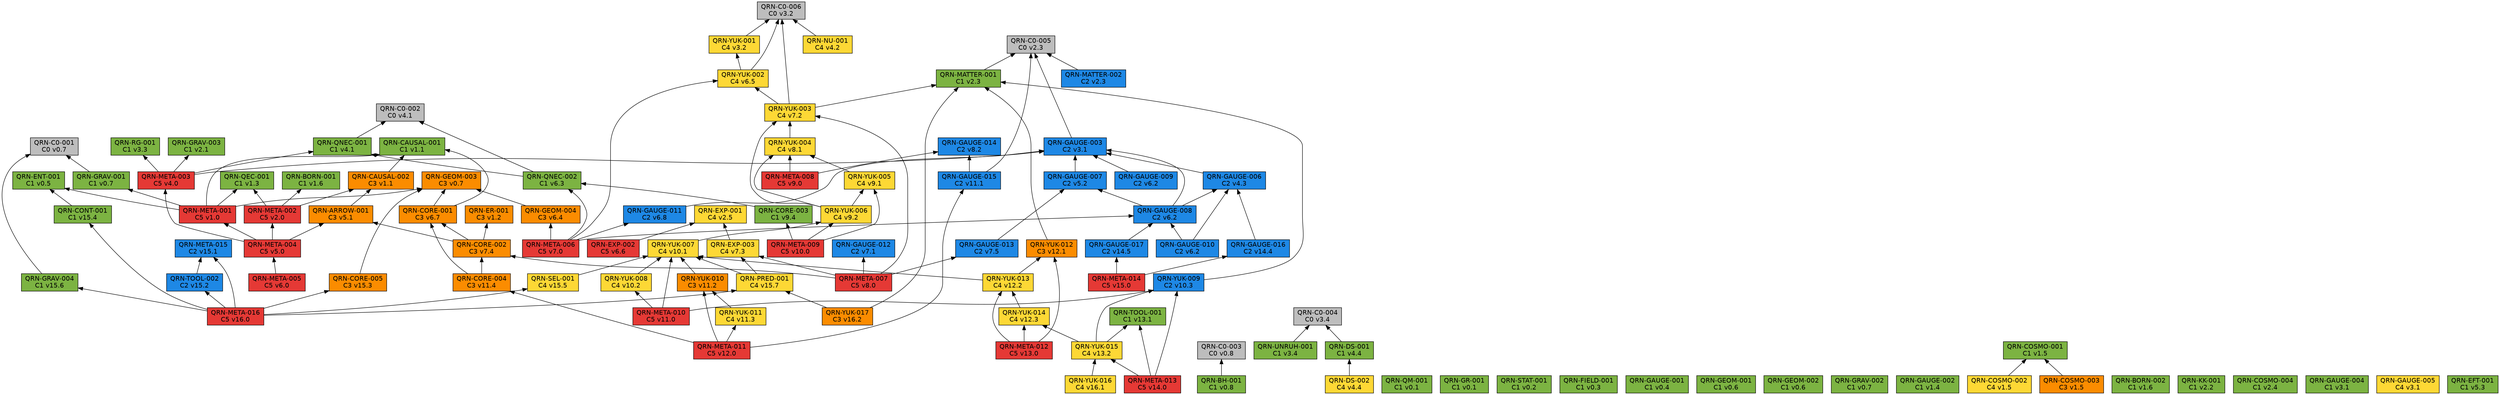
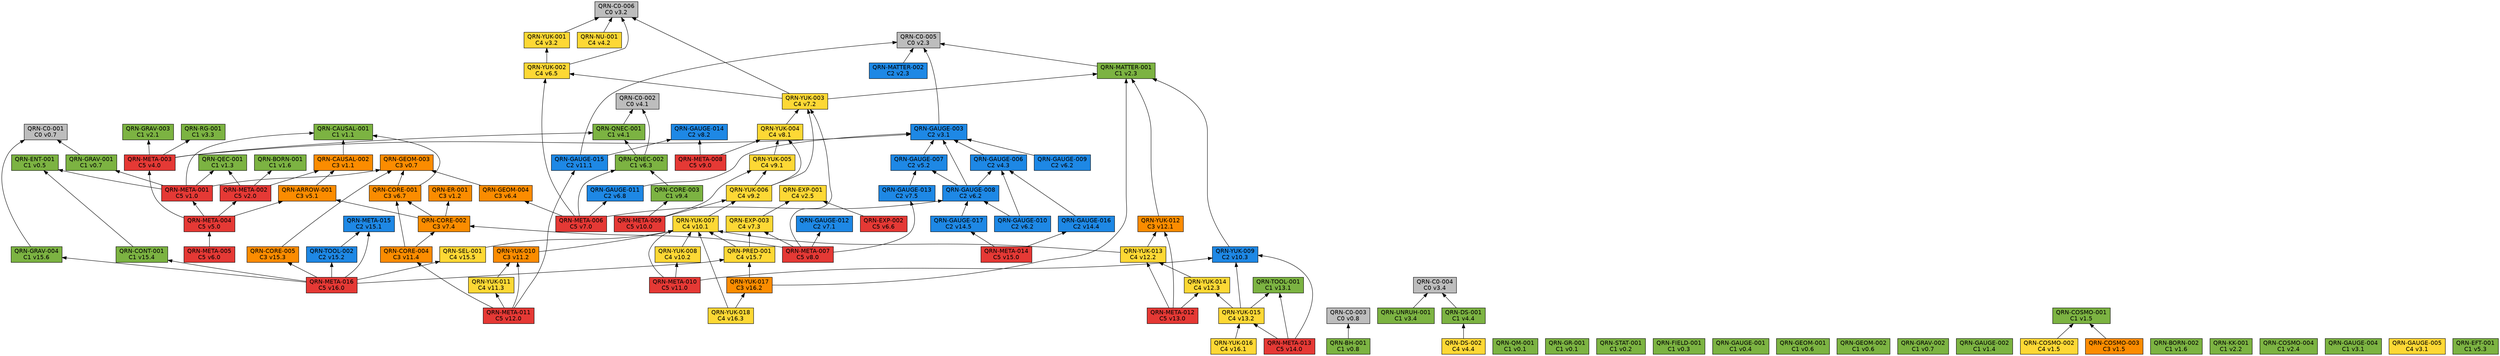
// 自動生成 (dag/report.pl) — QRN 主張依存グラフ
digraph qrn {
  rankdir=BT;
  node [shape=box, style=filled, fontname="Helvetica"];
  "QRN-C0-001" [fillcolor="#bdbdbd", label="QRN-C0-001\nC0 v0.7"];
  "QRN-C0-002" [fillcolor="#bdbdbd", label="QRN-C0-002\nC0 v4.1"];
  "QRN-C0-003" [fillcolor="#bdbdbd", label="QRN-C0-003\nC0 v0.8"];
  "QRN-C0-004" [fillcolor="#bdbdbd", label="QRN-C0-004\nC0 v3.4"];
  "QRN-C0-005" [fillcolor="#bdbdbd", label="QRN-C0-005\nC0 v2.3"];
  "QRN-C0-006" [fillcolor="#bdbdbd", label="QRN-C0-006\nC0 v3.2"];
  "QRN-QM-001" [fillcolor="#7cb342", label="QRN-QM-001\nC1 v0.1"];
  "QRN-GR-001" [fillcolor="#7cb342", label="QRN-GR-001\nC1 v0.1"];
  "QRN-STAT-001" [fillcolor="#7cb342", label="QRN-STAT-001\nC1 v0.2"];
  "QRN-FIELD-001" [fillcolor="#7cb342", label="QRN-FIELD-001\nC1 v0.3"];
  "QRN-GAUGE-001" [fillcolor="#7cb342", label="QRN-GAUGE-001\nC1 v0.4"];
  "QRN-ENT-001" [fillcolor="#7cb342", label="QRN-ENT-001\nC1 v0.5"];
  "QRN-GEOM-001" [fillcolor="#7cb342", label="QRN-GEOM-001\nC1 v0.6"];
  "QRN-GEOM-002" [fillcolor="#7cb342", label="QRN-GEOM-002\nC1 v0.6"];
  "QRN-GEOM-003" [fillcolor="#fb8c00", label="QRN-GEOM-003\nC3 v0.7"];
  "QRN-GRAV-001" [fillcolor="#7cb342", label="QRN-GRAV-001\nC1 v0.7"];
  "QRN-GRAV-002" [fillcolor="#7cb342", label="QRN-GRAV-002\nC1 v0.7"];
  "QRN-BH-001" [fillcolor="#7cb342", label="QRN-BH-001\nC1 v0.8"];
  "QRN-CAUSAL-001" [fillcolor="#7cb342", label="QRN-CAUSAL-001\nC1 v1.1"];
  "QRN-CAUSAL-002" [fillcolor="#fb8c00", label="QRN-CAUSAL-002\nC3 v1.1"];
  "QRN-ER-001" [fillcolor="#fb8c00", label="QRN-ER-001\nC3 v1.2"];
  "QRN-QEC-001" [fillcolor="#7cb342", label="QRN-QEC-001\nC1 v1.3"];
  "QRN-GAUGE-002" [fillcolor="#7cb342", label="QRN-GAUGE-002\nC1 v1.4"];
  "QRN-COSMO-001" [fillcolor="#7cb342", label="QRN-COSMO-001\nC1 v1.5"];
  "QRN-COSMO-002" [fillcolor="#fdd835", label="QRN-COSMO-002\nC4 v1.5"];
  "QRN-COSMO-003" [fillcolor="#fb8c00", label="QRN-COSMO-003\nC3 v1.5"];
  "QRN-BORN-001" [fillcolor="#7cb342", label="QRN-BORN-001\nC1 v1.6"];
  "QRN-BORN-002" [fillcolor="#7cb342", label="QRN-BORN-002\nC1 v1.6"];
  "QRN-GRAV-003" [fillcolor="#7cb342", label="QRN-GRAV-003\nC1 v2.1"];
  "QRN-KK-001" [fillcolor="#7cb342", label="QRN-KK-001\nC1 v2.2"];
  "QRN-MATTER-001" [fillcolor="#7cb342", label="QRN-MATTER-001\nC1 v2.3"];
  "QRN-MATTER-002" [fillcolor="#1e88e5", label="QRN-MATTER-002\nC2 v2.3"];
  "QRN-COSMO-004" [fillcolor="#7cb342", label="QRN-COSMO-004\nC1 v2.4"];
  "QRN-EXP-001" [fillcolor="#fdd835", label="QRN-EXP-001\nC4 v2.5"];
  "QRN-GAUGE-003" [fillcolor="#1e88e5", label="QRN-GAUGE-003\nC2 v3.1"];
  "QRN-GAUGE-004" [fillcolor="#7cb342", label="QRN-GAUGE-004\nC1 v3.1"];
  "QRN-GAUGE-005" [fillcolor="#fdd835", label="QRN-GAUGE-005\nC4 v3.1"];
  "QRN-YUK-001" [fillcolor="#fdd835", label="QRN-YUK-001\nC4 v3.2"];
  "QRN-RG-001" [fillcolor="#7cb342", label="QRN-RG-001\nC1 v3.3"];
  "QRN-UNRUH-001" [fillcolor="#7cb342", label="QRN-UNRUH-001\nC1 v3.4"];
  "QRN-QNEC-001" [fillcolor="#7cb342", label="QRN-QNEC-001\nC1 v4.1"];
  "QRN-NU-001" [fillcolor="#fdd835", label="QRN-NU-001\nC4 v4.2"];
  "QRN-GAUGE-006" [fillcolor="#1e88e5", label="QRN-GAUGE-006\nC2 v4.3"];
  "QRN-DS-001" [fillcolor="#7cb342", label="QRN-DS-001\nC1 v4.4"];
  "QRN-DS-002" [fillcolor="#fdd835", label="QRN-DS-002\nC4 v4.4"];
  "QRN-ARROW-001" [fillcolor="#fb8c00", label="QRN-ARROW-001\nC3 v5.1"];
  "QRN-GAUGE-007" [fillcolor="#1e88e5", label="QRN-GAUGE-007\nC2 v5.2"];
  "QRN-EFT-001" [fillcolor="#7cb342", label="QRN-EFT-001\nC1 v5.3"];
  "QRN-GAUGE-008" [fillcolor="#1e88e5", label="QRN-GAUGE-008\nC2 v6.2"];
  "QRN-GAUGE-009" [fillcolor="#1e88e5", label="QRN-GAUGE-009\nC2 v6.2"];
  "QRN-GAUGE-010" [fillcolor="#1e88e5", label="QRN-GAUGE-010\nC2 v6.2"];
  "QRN-QNEC-002" [fillcolor="#7cb342", label="QRN-QNEC-002\nC1 v6.3"];
  "QRN-GEOM-004" [fillcolor="#fb8c00", label="QRN-GEOM-004\nC3 v6.4"];
  "QRN-YUK-002" [fillcolor="#fdd835", label="QRN-YUK-002\nC4 v6.5"];
  "QRN-EXP-002" [fillcolor="#e53935", label="QRN-EXP-002\nC5 v6.6"];
  "QRN-CORE-001" [fillcolor="#fb8c00", label="QRN-CORE-001\nC3 v6.7"];
  "QRN-GAUGE-011" [fillcolor="#1e88e5", label="QRN-GAUGE-011\nC2 v6.8"];
  "QRN-GAUGE-012" [fillcolor="#1e88e5", label="QRN-GAUGE-012\nC2 v7.1"];
  "QRN-YUK-003" [fillcolor="#fdd835", label="QRN-YUK-003\nC4 v7.2"];
  "QRN-EXP-003" [fillcolor="#fdd835", label="QRN-EXP-003\nC4 v7.3"];
  "QRN-CORE-002" [fillcolor="#fb8c00", label="QRN-CORE-002\nC3 v7.4"];
  "QRN-GAUGE-013" [fillcolor="#1e88e5", label="QRN-GAUGE-013\nC2 v7.5"];
  "QRN-YUK-004" [fillcolor="#fdd835", label="QRN-YUK-004\nC4 v8.1"];
  "QRN-GAUGE-014" [fillcolor="#1e88e5", label="QRN-GAUGE-014\nC2 v8.2"];
  "QRN-META-001" [fillcolor="#e53935", label="QRN-META-001\nC5 v1.0"];
  "QRN-META-002" [fillcolor="#e53935", label="QRN-META-002\nC5 v2.0"];
  "QRN-META-003" [fillcolor="#e53935", label="QRN-META-003\nC5 v4.0"];
  "QRN-META-004" [fillcolor="#e53935", label="QRN-META-004\nC5 v5.0"];
  "QRN-META-005" [fillcolor="#e53935", label="QRN-META-005\nC5 v6.0"];
  "QRN-META-006" [fillcolor="#e53935", label="QRN-META-006\nC5 v7.0"];
  "QRN-META-007" [fillcolor="#e53935", label="QRN-META-007\nC5 v8.0"];
  "QRN-META-008" [fillcolor="#e53935", label="QRN-META-008\nC5 v9.0"];
  "QRN-YUK-005" [fillcolor="#fdd835", label="QRN-YUK-005\nC4 v9.1"];
  "QRN-YUK-006" [fillcolor="#fdd835", label="QRN-YUK-006\nC4 v9.2"];
  "QRN-CORE-003" [fillcolor="#7cb342", label="QRN-CORE-003\nC1 v9.4"];
  "QRN-META-009" [fillcolor="#e53935", label="QRN-META-009\nC5 v10.0"];
  "QRN-YUK-007" [fillcolor="#fdd835", label="QRN-YUK-007\nC4 v10.1"];
  "QRN-YUK-008" [fillcolor="#fdd835", label="QRN-YUK-008\nC4 v10.2"];
  "QRN-YUK-009" [fillcolor="#1e88e5", label="QRN-YUK-009\nC2 v10.3"];
  "QRN-META-010" [fillcolor="#e53935", label="QRN-META-010\nC5 v11.0"];
  "QRN-GAUGE-015" [fillcolor="#1e88e5", label="QRN-GAUGE-015\nC2 v11.1"];
  "QRN-YUK-010" [fillcolor="#fb8c00", label="QRN-YUK-010\nC3 v11.2"];
  "QRN-YUK-011" [fillcolor="#fdd835", label="QRN-YUK-011\nC4 v11.3"];
  "QRN-CORE-004" [fillcolor="#fb8c00", label="QRN-CORE-004\nC3 v11.4"];
  "QRN-META-011" [fillcolor="#e53935", label="QRN-META-011\nC5 v12.0"];
  "QRN-YUK-012" [fillcolor="#fb8c00", label="QRN-YUK-012\nC3 v12.1"];
  "QRN-YUK-013" [fillcolor="#fdd835", label="QRN-YUK-013\nC4 v12.2"];
  "QRN-YUK-014" [fillcolor="#fdd835", label="QRN-YUK-014\nC4 v12.3"];
  "QRN-META-012" [fillcolor="#e53935", label="QRN-META-012\nC5 v13.0"];
  "QRN-TOOL-001" [fillcolor="#7cb342", label="QRN-TOOL-001\nC1 v13.1"];
  "QRN-YUK-015" [fillcolor="#fdd835", label="QRN-YUK-015\nC4 v13.2"];
  "QRN-META-013" [fillcolor="#e53935", label="QRN-META-013\nC5 v14.0"];
  "QRN-GAUGE-016" [fillcolor="#1e88e5", label="QRN-GAUGE-016\nC2 v14.4"];
  "QRN-GAUGE-017" [fillcolor="#1e88e5", label="QRN-GAUGE-017\nC2 v14.5"];
  "QRN-META-014" [fillcolor="#e53935", label="QRN-META-014\nC5 v15.0"];
  "QRN-META-015" [fillcolor="#1e88e5", label="QRN-META-015\nC2 v15.1"];
  "QRN-TOOL-002" [fillcolor="#1e88e5", label="QRN-TOOL-002\nC2 v15.2"];
  "QRN-CORE-005" [fillcolor="#fb8c00", label="QRN-CORE-005\nC3 v15.3"];
  "QRN-CONT-001" [fillcolor="#7cb342", label="QRN-CONT-001\nC1 v15.4"];
  "QRN-SEL-001" [fillcolor="#fdd835", label="QRN-SEL-001\nC4 v15.5"];
  "QRN-GRAV-004" [fillcolor="#7cb342", label="QRN-GRAV-004\nC1 v15.6"];
  "QRN-PRED-001" [fillcolor="#fdd835", label="QRN-PRED-001\nC4 v15.7"];
  "QRN-META-016" [fillcolor="#e53935", label="QRN-META-016\nC5 v16.0"];
  "QRN-YUK-016" [fillcolor="#fdd835", label="QRN-YUK-016\nC4 v16.1"];
  "QRN-YUK-017" [fillcolor="#fb8c00", label="QRN-YUK-017\nC3 v16.2"];
+   "QRN-YUK-018" [fillcolor="#fdd835", label="QRN-YUK-018\nC4 v16.3"];
  "QRN-GRAV-001" -> "QRN-C0-001";
  "QRN-BH-001" -> "QRN-C0-003";
  "QRN-CAUSAL-002" -> "QRN-CAUSAL-001";
  "QRN-COSMO-002" -> "QRN-COSMO-001";
  "QRN-COSMO-003" -> "QRN-COSMO-001";
  "QRN-MATTER-001" -> "QRN-C0-005";
  "QRN-MATTER-002" -> "QRN-C0-005";
  "QRN-GAUGE-003" -> "QRN-C0-005";
  "QRN-YUK-001" -> "QRN-C0-006";
  "QRN-UNRUH-001" -> "QRN-C0-004";
  "QRN-QNEC-001" -> "QRN-C0-002";
  "QRN-NU-001" -> "QRN-C0-006";
  "QRN-GAUGE-006" -> "QRN-GAUGE-003";
  "QRN-DS-001" -> "QRN-C0-004";
  "QRN-DS-002" -> "QRN-DS-001";
  "QRN-ARROW-001" -> "QRN-CAUSAL-002";
  "QRN-GAUGE-007" -> "QRN-GAUGE-003";
  "QRN-GAUGE-008" -> "QRN-GAUGE-003";
  "QRN-GAUGE-008" -> "QRN-GAUGE-006";
  "QRN-GAUGE-008" -> "QRN-GAUGE-007";
  "QRN-GAUGE-009" -> "QRN-GAUGE-003";
  "QRN-GAUGE-010" -> "QRN-GAUGE-006";
  "QRN-GAUGE-010" -> "QRN-GAUGE-008";
  "QRN-QNEC-002" -> "QRN-C0-002";
  "QRN-QNEC-002" -> "QRN-QNEC-001";
  "QRN-GEOM-004" -> "QRN-GEOM-003";
  "QRN-YUK-002" -> "QRN-C0-006";
  "QRN-YUK-002" -> "QRN-YUK-001";
  "QRN-EXP-002" -> "QRN-EXP-001";
  "QRN-CORE-001" -> "QRN-GEOM-003";
  "QRN-CORE-001" -> "QRN-CAUSAL-001";
  "QRN-GAUGE-011" -> "QRN-GAUGE-003";
  "QRN-YUK-003" -> "QRN-C0-006";
  "QRN-YUK-003" -> "QRN-MATTER-001";
  "QRN-YUK-003" -> "QRN-YUK-002";
  "QRN-EXP-003" -> "QRN-EXP-001";
  "QRN-CORE-002" -> "QRN-CORE-001";
  "QRN-CORE-002" -> "QRN-ER-001";
  "QRN-CORE-002" -> "QRN-ARROW-001";
  "QRN-GAUGE-013" -> "QRN-GAUGE-007";
  "QRN-YUK-004" -> "QRN-YUK-003";
  "QRN-META-001" -> "QRN-GEOM-003";
  "QRN-META-001" -> "QRN-GRAV-001";
  "QRN-META-001" -> "QRN-CAUSAL-001";
  "QRN-META-001" -> "QRN-QEC-001";
  "QRN-META-001" -> "QRN-ENT-001";
  "QRN-META-002" -> "QRN-QEC-001";
  "QRN-META-002" -> "QRN-BORN-001";
  "QRN-META-002" -> "QRN-CAUSAL-002";
  "QRN-META-003" -> "QRN-GAUGE-003";
  "QRN-META-003" -> "QRN-RG-001";
  "QRN-META-003" -> "QRN-QNEC-001";
  "QRN-META-003" -> "QRN-GRAV-003";
  "QRN-META-004" -> "QRN-META-001";
  "QRN-META-004" -> "QRN-META-002";
  "QRN-META-004" -> "QRN-META-003";
  "QRN-META-004" -> "QRN-ARROW-001";
  "QRN-META-005" -> "QRN-META-004";
  "QRN-META-006" -> "QRN-GAUGE-008";
  "QRN-META-006" -> "QRN-QNEC-002";
  "QRN-META-006" -> "QRN-GEOM-004";
  "QRN-META-006" -> "QRN-YUK-002";
  "QRN-META-006" -> "QRN-GAUGE-011";
  "QRN-META-007" -> "QRN-GAUGE-012";
  "QRN-META-007" -> "QRN-YUK-003";
  "QRN-META-007" -> "QRN-EXP-003";
  "QRN-META-007" -> "QRN-CORE-002";
  "QRN-META-007" -> "QRN-GAUGE-013";
  "QRN-META-008" -> "QRN-YUK-004";
  "QRN-META-008" -> "QRN-GAUGE-014";
  "QRN-YUK-005" -> "QRN-YUK-004";
  "QRN-YUK-006" -> "QRN-YUK-003";
  "QRN-YUK-006" -> "QRN-YUK-004";
  "QRN-YUK-006" -> "QRN-YUK-005";
  "QRN-CORE-003" -> "QRN-QNEC-002";
  "QRN-META-009" -> "QRN-YUK-005";
  "QRN-META-009" -> "QRN-YUK-006";
  "QRN-META-009" -> "QRN-CORE-003";
  "QRN-YUK-007" -> "QRN-YUK-006";
  "QRN-YUK-008" -> "QRN-YUK-007";
  "QRN-YUK-009" -> "QRN-MATTER-001";
  "QRN-META-010" -> "QRN-YUK-007";
  "QRN-META-010" -> "QRN-YUK-008";
  "QRN-META-010" -> "QRN-YUK-009";
  "QRN-GAUGE-015" -> "QRN-C0-005";
  "QRN-GAUGE-015" -> "QRN-GAUGE-014";
  "QRN-YUK-010" -> "QRN-YUK-007";
  "QRN-YUK-011" -> "QRN-YUK-010";
  "QRN-CORE-004" -> "QRN-CORE-001";
  "QRN-CORE-004" -> "QRN-CORE-002";
  "QRN-META-011" -> "QRN-GAUGE-015";
  "QRN-META-011" -> "QRN-YUK-010";
  "QRN-META-011" -> "QRN-YUK-011";
  "QRN-META-011" -> "QRN-CORE-004";
  "QRN-YUK-012" -> "QRN-MATTER-001";
  "QRN-YUK-013" -> "QRN-YUK-012";
  "QRN-YUK-013" -> "QRN-YUK-007";
  "QRN-YUK-014" -> "QRN-YUK-013";
  "QRN-META-012" -> "QRN-YUK-012";
  "QRN-META-012" -> "QRN-YUK-013";
  "QRN-META-012" -> "QRN-YUK-014";
  "QRN-YUK-015" -> "QRN-YUK-014";
  "QRN-YUK-015" -> "QRN-TOOL-001";
  "QRN-YUK-015" -> "QRN-YUK-009";
  "QRN-META-013" -> "QRN-YUK-015";
  "QRN-META-013" -> "QRN-TOOL-001";
  "QRN-META-013" -> "QRN-YUK-009";
  "QRN-GAUGE-016" -> "QRN-GAUGE-006";
  "QRN-GAUGE-017" -> "QRN-GAUGE-008";
  "QRN-META-014" -> "QRN-GAUGE-016";
  "QRN-META-014" -> "QRN-GAUGE-017";
  "QRN-TOOL-002" -> "QRN-META-015";
  "QRN-CORE-005" -> "QRN-GEOM-003";
  "QRN-CONT-001" -> "QRN-ENT-001";
  "QRN-SEL-001" -> "QRN-YUK-007";
  "QRN-GRAV-004" -> "QRN-C0-001";
  "QRN-PRED-001" -> "QRN-YUK-007";
  "QRN-PRED-001" -> "QRN-EXP-003";
  "QRN-META-016" -> "QRN-META-015";
  "QRN-META-016" -> "QRN-TOOL-002";
  "QRN-META-016" -> "QRN-CORE-005";
  "QRN-META-016" -> "QRN-CONT-001";
  "QRN-META-016" -> "QRN-SEL-001";
  "QRN-META-016" -> "QRN-GRAV-004";
  "QRN-META-016" -> "QRN-PRED-001";
  "QRN-YUK-016" -> "QRN-YUK-015";
  "QRN-YUK-017" -> "QRN-MATTER-001";
  "QRN-YUK-017" -> "QRN-PRED-001";
+   "QRN-YUK-018" -> "QRN-YUK-017";
+   "QRN-YUK-018" -> "QRN-YUK-007";
}
